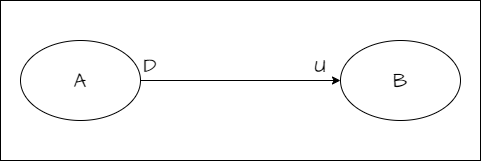
Earlier version of the draw.io export baocao/pictures/_vi_du_mo_hinh_tuan_thu_conformist/map.drawio.png (hust20206205/baocao_doan2). Source tidied: cells renumbered, new cells last; positions are measured from the earlier drawing's top-left corner, leaving out a move shared by most shapes. Its diagram source:
```xml
<mxGraphModel>
  <root>
    <mxCell id="0" />
    <mxCell id="1" parent="0" />
    <mxCell id="2" style="rounded=0;whiteSpace=wrap;html=1;hachureGap=4;fontFamily=Architects Daughter;fontSource=https%3A%2F%2Ffonts.googleapis.com%2Fcss%3Ffamily%3DArchitects%2BDaughter;fontSize=20;" parent="1" vertex="1">
      <mxGeometry width="480" height="160" as="geometry" />
    </mxCell>
    <mxCell id="3" style="edgeStyle=none;hachureGap=4;html=1;entryX=0;entryY=0.5;entryDx=0;entryDy=0;fontFamily=Architects Daughter;fontSource=https%3A%2F%2Ffonts.googleapis.com%2Fcss%3Ffamily%3DArchitects%2BDaughter;fontSize=16;" parent="1" edge="1" source="4" target="5">
      <mxGeometry relative="1" as="geometry" />
    </mxCell>
    <mxCell id="4" value="A" style="ellipse;whiteSpace=wrap;html=1;hachureGap=4;fontFamily=Architects Daughter;fontSource=https%3A%2F%2Ffonts.googleapis.com%2Fcss%3Ffamily%3DArchitects%2BDaughter;fontSize=20;" parent="1" vertex="1">
      <mxGeometry x="20" y="40" width="120" height="80" as="geometry" />
    </mxCell>
    <mxCell id="5" value="B" style="ellipse;whiteSpace=wrap;html=1;hachureGap=4;fontFamily=Architects Daughter;fontSource=https%3A%2F%2Ffonts.googleapis.com%2Fcss%3Ffamily%3DArchitects%2BDaughter;fontSize=20;" parent="1" vertex="1">
      <mxGeometry x="340" y="40" width="120" height="80" as="geometry" />
    </mxCell>
    <mxCell id="6" value="D" style="text;html=1;strokeColor=none;fillColor=none;align=center;verticalAlign=middle;whiteSpace=wrap;rounded=0;hachureGap=4;fontFamily=Architects Daughter;fontSource=https%3A%2F%2Ffonts.googleapis.com%2Fcss%3Ffamily%3DArchitects%2BDaughter;fontSize=20;" parent="1" vertex="1">
      <mxGeometry x="120" y="50" width="60" height="30" as="geometry" />
    </mxCell>
    <mxCell id="7" value="U" style="text;html=1;strokeColor=none;fillColor=none;align=center;verticalAlign=middle;whiteSpace=wrap;rounded=0;hachureGap=4;fontFamily=Architects Daughter;fontSource=https%3A%2F%2Ffonts.googleapis.com%2Fcss%3Ffamily%3DArchitects%2BDaughter;fontSize=20;" parent="1" vertex="1">
      <mxGeometry x="290" y="50" width="60" height="30" as="geometry" />
    </mxCell>
  </root>
</mxGraphModel>
```
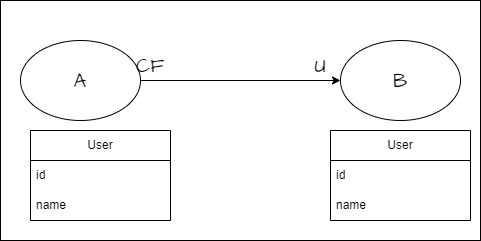
The same diagram one commit later.

The edit, as a diff of the source:
```diff
@@ -3,7 +3,7 @@
     <mxCell id="0" />
     <mxCell id="1" parent="0" />
     <mxCell id="2" style="rounded=0;whiteSpace=wrap;html=1;hachureGap=4;fontFamily=Architects Daughter;fontSource=https%3A%2F%2Ffonts.googleapis.com%2Fcss%3Ffamily%3DArchitects%2BDaughter;fontSize=20;" parent="1" vertex="1">
-      <mxGeometry width="480" height="160" as="geometry" />
+      <mxGeometry width="480" height="240" as="geometry" />
     </mxCell>
     <mxCell id="3" style="edgeStyle=none;hachureGap=4;html=1;entryX=0;entryY=0.5;entryDx=0;entryDy=0;fontFamily=Architects Daughter;fontSource=https%3A%2F%2Ffonts.googleapis.com%2Fcss%3Ffamily%3DArchitects%2BDaughter;fontSize=16;" parent="1" edge="1" source="4" target="5">
       <mxGeometry relative="1" as="geometry" />
@@ -14,11 +14,29 @@
     <mxCell id="5" value="B" style="ellipse;whiteSpace=wrap;html=1;hachureGap=4;fontFamily=Architects Daughter;fontSource=https%3A%2F%2Ffonts.googleapis.com%2Fcss%3Ffamily%3DArchitects%2BDaughter;fontSize=20;" parent="1" vertex="1">
       <mxGeometry x="340" y="40" width="120" height="80" as="geometry" />
     </mxCell>
-    <mxCell id="6" value="D" style="text;html=1;strokeColor=none;fillColor=none;align=center;verticalAlign=middle;whiteSpace=wrap;rounded=0;hachureGap=4;fontFamily=Architects Daughter;fontSource=https%3A%2F%2Ffonts.googleapis.com%2Fcss%3Ffamily%3DArchitects%2BDaughter;fontSize=20;" parent="1" vertex="1">
+    <mxCell id="6" value="CF" style="text;html=1;strokeColor=none;fillColor=none;align=center;verticalAlign=middle;whiteSpace=wrap;rounded=0;hachureGap=4;fontFamily=Architects Daughter;fontSource=https%3A%2F%2Ffonts.googleapis.com%2Fcss%3Ffamily%3DArchitects%2BDaughter;fontSize=20;" parent="1" vertex="1">
       <mxGeometry x="120" y="50" width="60" height="30" as="geometry" />
     </mxCell>
     <mxCell id="7" value="U" style="text;html=1;strokeColor=none;fillColor=none;align=center;verticalAlign=middle;whiteSpace=wrap;rounded=0;hachureGap=4;fontFamily=Architects Daughter;fontSource=https%3A%2F%2Ffonts.googleapis.com%2Fcss%3Ffamily%3DArchitects%2BDaughter;fontSize=20;" parent="1" vertex="1">
       <mxGeometry x="290" y="50" width="60" height="30" as="geometry" />
     </mxCell>
+    <mxCell id="8" value="User" style="swimlane;fontStyle=0;horizontal=1;startSize=30;whiteSpace=wrap;html=1;" parent="1" vertex="1">
+      <mxGeometry x="30" y="130" width="140" height="90" as="geometry" />
+    </mxCell>
+    <mxCell id="9" value="id" style="text;strokeColor=none;fillColor=none;align=left;verticalAlign=middle;spacingLeft=4;spacingRight=4;overflow=hidden;whiteSpace=wrap;html=1;" parent="8" vertex="1">
+      <mxGeometry y="30" width="140" height="30" as="geometry" />
+    </mxCell>
+    <mxCell id="10" value="name" style="text;strokeColor=none;fillColor=none;align=left;verticalAlign=middle;spacingLeft=4;spacingRight=4;overflow=hidden;whiteSpace=wrap;html=1;" parent="8" vertex="1">
+      <mxGeometry y="60" width="140" height="30" as="geometry" />
+    </mxCell>
+    <mxCell id="11" value="User" style="swimlane;fontStyle=0;horizontal=1;startSize=30;whiteSpace=wrap;html=1;" parent="1" vertex="1">
+      <mxGeometry x="330" y="130" width="140" height="90" as="geometry" />
+    </mxCell>
+    <mxCell id="12" value="id" style="text;strokeColor=none;fillColor=none;align=left;verticalAlign=middle;spacingLeft=4;spacingRight=4;overflow=hidden;whiteSpace=wrap;html=1;" parent="11" vertex="1">
+      <mxGeometry y="30" width="140" height="30" as="geometry" />
+    </mxCell>
+    <mxCell id="13" value="name" style="text;strokeColor=none;fillColor=none;align=left;verticalAlign=middle;spacingLeft=4;spacingRight=4;overflow=hidden;whiteSpace=wrap;html=1;" parent="11" vertex="1">
+      <mxGeometry y="60" width="140" height="30" as="geometry" />
+    </mxCell>
   </root>
 </mxGraphModel>
```
